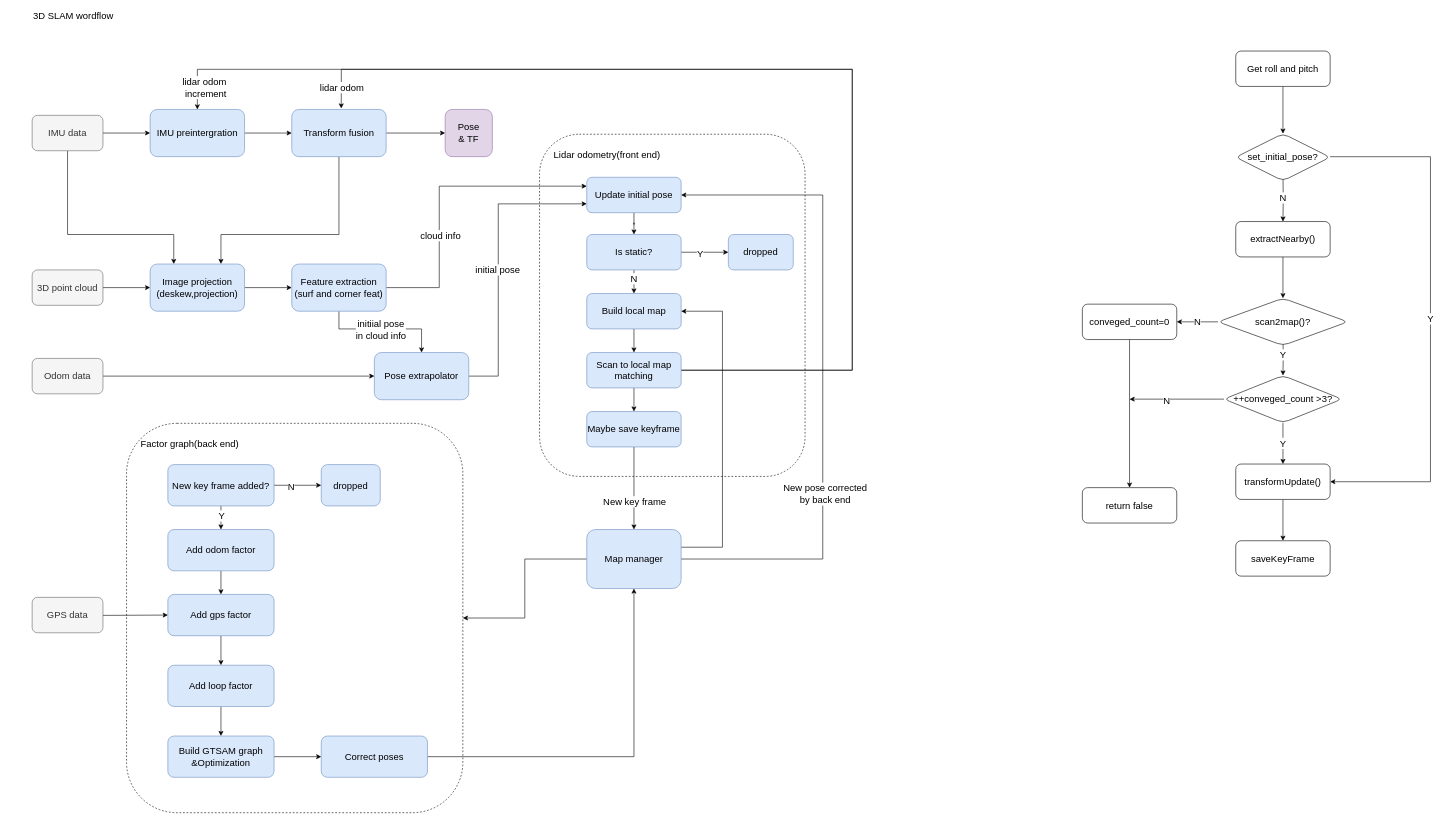
Above: 3d_SLAM_lio_structure.drawio in mMikaa00/For_draw_io (draw.io), before the change. Source tidied: cells renumbered, new cells numbered last; positions are measured from the earlier drawing's top-left corner, leaving out a move shared by most shapes. Both pictures are drawn from the tidied source at 59%, with x=0, y=0 at pixel (20, 10).
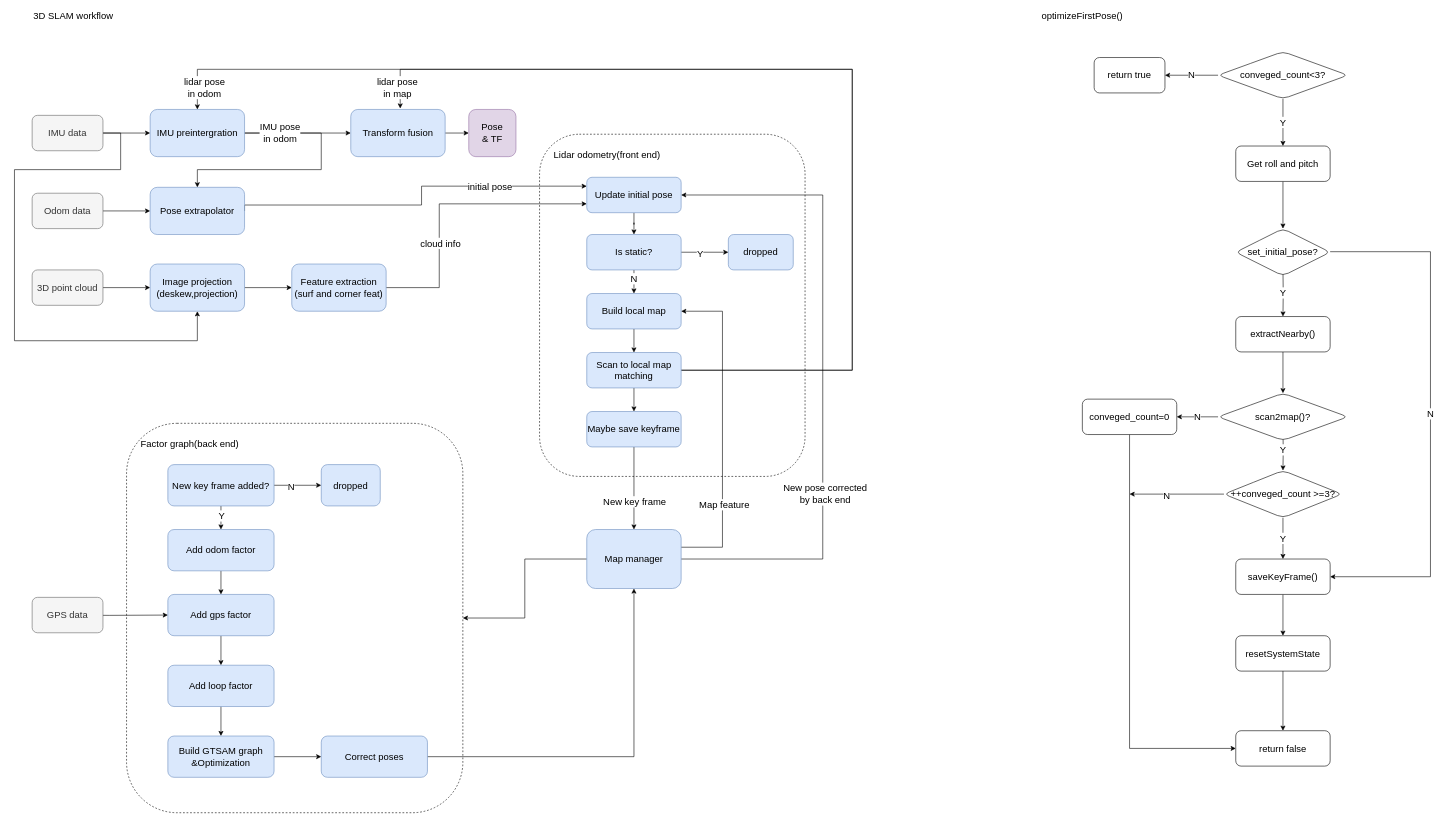
The same diagram, later.

The change refers to these unchanged cells:
```xml
<mxCell id="9" value="IMU data" style="rounded=1;whiteSpace=wrap;html=1;fontSize=16;fillColor=#f5f5f5;strokeColor=#666666;fontColor=#333333;" parent="1" vertex="1">
  <mxGeometry x="20" y="178" width="120" height="60" as="geometry" />
</mxCell>
<mxCell id="13" value="IMU preintergration" style="rounded=1;whiteSpace=wrap;html=1;fontSize=16;fillColor=#dae8fc;strokeColor=#6c8ebf;" parent="1" vertex="1">
  <mxGeometry x="220" y="168" width="160" height="80" as="geometry" />
</mxCell>
<mxCell id="18" value="Image projection&lt;br&gt;(deskew,projection)" style="rounded=1;whiteSpace=wrap;html=1;fontSize=16;fillColor=#dae8fc;strokeColor=#6c8ebf;" parent="1" vertex="1">
  <mxGeometry x="220" y="430" width="160" height="80" as="geometry" />
</mxCell>
<mxCell id="23" value="Feature extraction&lt;br&gt;(surf and corner feat)" style="rounded=1;whiteSpace=wrap;html=1;fontSize=16;fillColor=#dae8fc;strokeColor=#6c8ebf;" parent="1" vertex="1">
  <mxGeometry x="460" y="430" width="160" height="80" as="geometry" />
</mxCell>
<mxCell id="28" value="Update initial pose" style="rounded=1;whiteSpace=wrap;html=1;fontSize=16;fillColor=#dae8fc;strokeColor=#6c8ebf;" parent="1" vertex="1">
  <mxGeometry x="960" y="283" width="160" height="60" as="geometry" />
</mxCell>
<mxCell id="32" style="edgeStyle=orthogonalEdgeStyle;rounded=0;jettySize=auto;html=1;fontSize=16;exitX=1;exitY=0.5;exitDx=0;exitDy=0;entryX=0.5;entryY=0;entryDx=0;entryDy=0;" parent="1" edge="1" source="36" target="13">
  <mxGeometry relative="1" as="geometry">
    <Array as="points">
      <mxPoint x="1410" y="610" />
      <mxPoint x="1410" y="100" />
      <mxPoint x="300" y="100" />
    </Array>
  </mxGeometry>
</mxCell>
<mxCell id="36" value="Scan to local map matching" style="rounded=1;whiteSpace=wrap;html=1;fontSize=16;fillColor=#dae8fc;strokeColor=#6c8ebf;" parent="1" vertex="1">
  <mxGeometry x="960" y="580" width="160" height="60" as="geometry" />
</mxCell>
<mxCell id="46" style="edgeStyle=orthogonalEdgeStyle;rounded=0;jettySize=auto;html=1;entryX=1;entryY=0.5;entryDx=0;entryDy=0;fontSize=16;" parent="1" edge="1" source="50" target="30">
  <mxGeometry relative="1" as="geometry">
    <Array as="points">
      <mxPoint x="1190" y="910" />
      <mxPoint x="1190" y="510" />
    </Array>
  </mxGeometry>
</mxCell>
```

The edit, as a diff of the source:
```diff
@@
-    <mxCell id="4" value="&lt;font style=&quot;font-size: 16px&quot;&gt;3D SLAM wordflow&lt;/font&gt;" style="text;html=1;strokeColor=none;fillColor=none;align=center;verticalAlign=middle;whiteSpace=wrap;rounded=0;" parent="1" vertex="1">
+    <mxCell id="4" value="&lt;font style=&quot;font-size: 16px&quot;&gt;3D SLAM workflow&lt;/font&gt;" style="text;html=1;strokeColor=none;fillColor=none;align=center;verticalAlign=middle;whiteSpace=wrap;rounded=0;" parent="1" vertex="1">
       <mxGeometry width="180" height="20" as="geometry" />
     </mxCell>
@@
-    <mxCell id="8" style="edgeStyle=orthogonalEdgeStyle;rounded=0;jettySize=auto;html=1;entryX=0.25;entryY=0;entryDx=0;entryDy=0;fontSize=16;" parent="1" edge="1" source="9" target="18">
+    <mxCell id="8" style="edgeStyle=orthogonalEdgeStyle;rounded=0;jettySize=auto;html=1;entryX=0.5;entryY=1;entryDx=0;entryDy=0;fontSize=16;exitX=1;exitY=0.5;exitDx=0;exitDy=0;" parent="1" edge="1" source="9" target="18">
       <mxGeometry relative="1" as="geometry">
         <Array as="points">
-          <mxPoint x="80" y="380" />
-          <mxPoint x="260" y="380" />
+          <mxPoint x="170" y="208" />
+          <mxPoint x="170" y="270" />
+          <mxPoint x="-10" y="270" />
+          <mxPoint x="-10" y="560" />
+          <mxPoint x="300" y="560" />
         </Array>
       </mxGeometry>
     </mxCell>
@@
     <mxCell id="11" value="Odom data" style="rounded=1;whiteSpace=wrap;html=1;fontSize=16;fillColor=#f5f5f5;strokeColor=#666666;fontColor=#333333;" parent="1" vertex="1">
-      <mxGeometry x="20" y="590" width="120" height="60" as="geometry" />
+      <mxGeometry x="20" y="310" width="120" height="60" as="geometry" />
     </mxCell>
@@
+    <mxCell id="90" value="IMU pose&lt;br&gt;in odom" style="edgeStyle=orthogonalEdgeStyle;rounded=0;jettySize=auto;html=1;entryX=0.5;entryY=0;entryDx=0;entryDy=0;fontSize=16;exitX=1;exitY=0.5;exitDx=0;exitDy=0;" parent="1" edge="1" source="13" target="26">
+      <mxGeometry x="-0.72" relative="1" as="geometry">
+        <Array as="points">
+          <mxPoint x="510" y="208" />
+          <mxPoint x="510" y="270" />
+          <mxPoint x="300" y="270" />
+        </Array>
+      </mxGeometry>
+    </mxCell>
@@
-    <mxCell id="14" style="edgeStyle=orthogonalEdgeStyle;rounded=0;jettySize=auto;html=1;entryX=0.75;entryY=0;entryDx=0;entryDy=0;fontSize=16;" parent="1" edge="1" source="16" target="18">
-      <mxGeometry relative="1" as="geometry">
-        <Array as="points">
-          <mxPoint x="540" y="380" />
-          <mxPoint x="340" y="380" />
-        </Array>
-      </mxGeometry>
-    </mxCell>
@@
     <mxCell id="16" value="Transform fusion" style="rounded=1;whiteSpace=wrap;html=1;fontSize=16;fillColor=#dae8fc;strokeColor=#6c8ebf;" parent="1" vertex="1">
-      <mxGeometry x="460" y="168" width="160" height="80" as="geometry" />
+      <mxGeometry x="560" y="168" width="160" height="80" as="geometry" />
     </mxCell>
@@
-    <mxCell id="19" style="edgeStyle=orthogonalEdgeStyle;rounded=0;jettySize=auto;html=1;entryX=0.5;entryY=0;entryDx=0;entryDy=0;fontSize=16;" parent="1" edge="1" source="23" target="26">
-      <mxGeometry relative="1" as="geometry">
-        <Array as="points">
-          <mxPoint x="540" y="540" />
-          <mxPoint x="680" y="540" />
-        </Array>
-      </mxGeometry>
-    </mxCell>
-    <mxCell id="20" value="initiial pose&lt;br&gt;in cloud info" style="edgeLabel;html=1;align=center;verticalAlign=middle;fontSize=16;" parent="19" vertex="1">
-      <mxGeometry x="0.14" y="-1" relative="1" as="geometry">
-        <mxPoint x="-20" as="offset" />
-      </mxGeometry>
-    </mxCell>
-    <mxCell id="21" style="edgeStyle=orthogonalEdgeStyle;rounded=0;jettySize=auto;html=1;fontSize=16;entryX=0;entryY=0.25;entryDx=0;entryDy=0;" parent="1" edge="1" source="23" target="28">
+    <mxCell id="21" style="edgeStyle=orthogonalEdgeStyle;rounded=0;jettySize=auto;html=1;fontSize=16;entryX=0;entryY=0.75;entryDx=0;entryDy=0;" parent="1" edge="1" source="23" target="28">
       <mxGeometry relative="1" as="geometry">
         <Array as="points">
           <mxPoint x="710" y="470" />
-          <mxPoint x="710" y="298" />
+          <mxPoint x="710" y="328" />
         </Array>
       </mxGeometry>
     </mxCell>
-    <mxCell id="22" value="cloud info" style="edgeLabel;html=1;align=center;verticalAlign=middle;fontSize=16;" parent="21" vertex="1">
+    <mxCell id="22" value="cloud info" style="edgeLabel;html=1;align=center;verticalAlign=middle;fontSize=16;labelBorderColor=none;" parent="21" vertex="1">
       <mxGeometry x="-0.12" y="-1" relative="1" as="geometry">
         <mxPoint y="46" as="offset" />
       </mxGeometry>
     </mxCell>
@@
-    <mxCell id="24" style="edgeStyle=orthogonalEdgeStyle;rounded=0;jettySize=auto;html=1;fontSize=16;entryX=0;entryY=0.75;entryDx=0;entryDy=0;" parent="1" edge="1" source="26" target="28">
+    <mxCell id="24" style="edgeStyle=orthogonalEdgeStyle;rounded=0;jettySize=auto;html=1;fontSize=16;entryX=0;entryY=0.25;entryDx=0;entryDy=0;exitX=1;exitY=0.5;exitDx=0;exitDy=0;" parent="1" edge="1" source="26" target="28">
       <mxGeometry relative="1" as="geometry">
         <Array as="points">
-          <mxPoint x="810" y="620" />
-          <mxPoint x="810" y="328" />
+          <mxPoint x="680" y="330" />
+          <mxPoint x="680" y="298" />
         </Array>
       </mxGeometry>
     </mxCell>
     <mxCell id="25" value="initial pose" style="edgeLabel;html=1;align=center;verticalAlign=middle;fontSize=16;" parent="24" vertex="1">
-      <mxGeometry x="-0.06" y="2" relative="1" as="geometry" />
+      <mxGeometry x="-0.06" y="2" relative="1" as="geometry">
+        <mxPoint x="133" y="-30" as="offset" />
+      </mxGeometry>
     </mxCell>
     <mxCell id="26" value="Pose extrapolator" style="rounded=1;whiteSpace=wrap;html=1;fontSize=16;fillColor=#dae8fc;strokeColor=#6c8ebf;" parent="1" vertex="1">
-      <mxGeometry x="600" y="580" width="160" height="80" as="geometry" />
+      <mxGeometry x="220" y="300" width="160" height="80" as="geometry" />
     </mxCell>
@@
-    <mxCell id="33" value="lidar odom&lt;br&gt;&amp;nbsp;increment" style="edgeLabel;html=1;align=center;verticalAlign=middle;fontSize=16;" parent="32" vertex="1">
+    <mxCell id="33" value="lidar pose&lt;br&gt;in odom" style="edgeLabel;html=1;align=center;verticalAlign=middle;fontSize=16;" parent="32" vertex="1">
       <mxGeometry x="0.92" y="1" relative="1" as="geometry">
         <mxPoint y="29" as="offset" />
       </mxGeometry>
     </mxCell>
     <mxCell id="34" style="edgeStyle=orthogonalEdgeStyle;rounded=0;jettySize=auto;html=1;fontSize=16;exitX=1;exitY=0.5;exitDx=0;exitDy=0;entryX=0.524;entryY=-0.02;entryDx=0;entryDy=0;entryPerimeter=0;" parent="1" edge="1" source="36" target="16">
       <mxGeometry relative="1" as="geometry">
         <Array as="points">
           <mxPoint x="1410" y="610" />
           <mxPoint x="1410" y="100" />
-          <mxPoint x="544" y="100" />
-          <mxPoint x="544" y="130" />
+          <mxPoint x="644" y="100" />
         </Array>
       </mxGeometry>
     </mxCell>
-    <mxCell id="35" value="lidar odom" style="edgeLabel;html=1;align=center;verticalAlign=middle;fontSize=16;" parent="34" vertex="1">
+    <mxCell id="35" value="lidar pose&lt;br&gt;in map" style="edgeLabel;html=1;align=center;verticalAlign=middle;fontSize=16;" parent="34" vertex="1">
       <mxGeometry x="0.87" y="1" relative="1" as="geometry">
         <mxPoint x="-46" y="29" as="offset" />
       </mxGeometry>
     </mxCell>
@@
+    <mxCell id="91" value="Map feature" style="edgeLabel;html=1;align=center;verticalAlign=middle;fontSize=16;" parent="46" vertex="1">
+      <mxGeometry x="-0.47" y="-2" relative="1" as="geometry" />
+    </mxCell>
@@
     <mxCell id="68" value="Pose&lt;br&gt;&amp;amp; TF" style="rounded=1;whiteSpace=wrap;html=1;fontSize=16;fillColor=#e1d5e7;strokeColor=#9673a6;" parent="1" vertex="1">
-      <mxGeometry x="720" y="168" width="80" height="80" as="geometry" />
+      <mxGeometry x="760" y="168" width="80" height="80" as="geometry" />
     </mxCell>
@@
-    <mxCell id="70" value="Y" style="edgeStyle=orthogonalEdgeStyle;rounded=0;jettySize=auto;html=1;fontSize=16;" parent="1" edge="1" target="73">
+    <mxCell id="70" value="N" style="edgeStyle=orthogonalEdgeStyle;rounded=0;jettySize=auto;html=1;fontSize=16;" parent="1" edge="1" target="73">
       <mxGeometry relative="1" as="geometry">
-        <mxPoint x="2220" y="248.1" as="sourcePoint" />
+        <mxPoint x="2220" y="409.1" as="sourcePoint" />
         <Array as="points">
-          <mxPoint x="2390" y="248" />
-          <mxPoint x="2390" y="799" />
+          <mxPoint x="2390" y="409" />
+          <mxPoint x="2390" y="960" />
         </Array>
       </mxGeometry>
     </mxCell>
-    <mxCell id="71" value="N" style="edgeStyle=orthogonalEdgeStyle;rounded=0;jettySize=auto;html=1;fontSize=16;" parent="1" edge="1" target="76">
+    <mxCell id="71" value="Y" style="edgeStyle=orthogonalEdgeStyle;rounded=0;jettySize=auto;html=1;fontSize=16;" parent="1" edge="1" target="76">
       <mxGeometry relative="1" as="geometry">
-        <mxPoint x="2140" y="278" as="sourcePoint" />
+        <mxPoint x="2140" y="439" as="sourcePoint" />
       </mxGeometry>
     </mxCell>
@@
-    <mxCell id="73" value="transformUpdate()" style="whiteSpace=wrap;html=1;rounded=1;fontSize=16;" parent="1" vertex="1">
-      <mxGeometry x="2060" y="769" width="160" height="60" as="geometry" />
+    <mxCell id="73" value="saveKeyFrame()" style="whiteSpace=wrap;html=1;rounded=1;fontSize=16;" parent="1" vertex="1">
+      <mxGeometry x="2060" y="930" width="160" height="60" as="geometry" />
     </mxCell>
+    <mxCell id="92" style="edgeStyle=orthogonalEdgeStyle;rounded=0;jettySize=auto;html=1;" parent="1" edge="1" source="74" target="89">
+      <mxGeometry relative="1" as="geometry" />
+    </mxCell>
-    <mxCell id="74" value="saveKeyFrame" style="whiteSpace=wrap;html=1;rounded=1;fontSize=16;" parent="1" vertex="1">
-      <mxGeometry x="2060" y="899" width="160" height="60" as="geometry" />
+    <mxCell id="74" value="resetSystemState" style="whiteSpace=wrap;html=1;rounded=1;fontSize=16;" parent="1" vertex="1">
+      <mxGeometry x="2060" y="1060" width="160" height="60" as="geometry" />
     </mxCell>
@@
     <mxCell id="76" value="extractNearby()" style="rounded=1;whiteSpace=wrap;html=1;fontSize=16;" parent="1" vertex="1">
-      <mxGeometry x="2060" y="358" width="160" height="60" as="geometry" />
+      <mxGeometry x="2060" y="519" width="160" height="60" as="geometry" />
     </mxCell>
@@
     <mxCell id="78" value="Get roll and pitch" style="rounded=1;whiteSpace=wrap;html=1;fontSize=16;" parent="1" vertex="1">
-      <mxGeometry x="2060" y="69" width="160" height="60" as="geometry" />
+      <mxGeometry x="2060" y="230" width="160" height="60" as="geometry" />
     </mxCell>
     <mxCell id="79" value="Y" style="edgeStyle=orthogonalEdgeStyle;rounded=0;jettySize=auto;html=1;fontSize=16;" parent="1" edge="1" target="83">
       <mxGeometry relative="1" as="geometry">
-        <mxPoint x="2140" y="549" as="sourcePoint" />
+        <mxPoint x="2140" y="710" as="sourcePoint" />
       </mxGeometry>
     </mxCell>
     <mxCell id="80" style="edgeStyle=orthogonalEdgeStyle;rounded=0;jettySize=auto;html=1;fontSize=16;" parent="1" edge="1" source="83">
       <mxGeometry relative="1" as="geometry">
-        <mxPoint x="1880" y="659" as="targetPoint" />
+        <mxPoint x="1880" y="820" as="targetPoint" />
       </mxGeometry>
     </mxCell>
@@
-    <mxCell id="83" value="&lt;span&gt;++conveged_count &amp;gt;3?&lt;/span&gt;" style="rhombus;whiteSpace=wrap;html=1;rounded=1;fontSize=16;" parent="1" vertex="1">
-      <mxGeometry x="2040" y="619" width="200" height="80" as="geometry" />
+    <mxCell id="83" value="&lt;span&gt;++conveged_count &amp;gt;=3?&lt;/span&gt;" style="rhombus;whiteSpace=wrap;html=1;rounded=1;fontSize=16;" parent="1" vertex="1">
+      <mxGeometry x="2040" y="780" width="200" height="80" as="geometry" />
     </mxCell>
     <mxCell id="84" value="&lt;span&gt;set_initial_pose?&lt;/span&gt;" style="rhombus;whiteSpace=wrap;html=1;rounded=1;fontSize=16;" parent="1" vertex="1">
-      <mxGeometry x="2060" y="209" width="160" height="80" as="geometry" />
+      <mxGeometry x="2060" y="370" width="160" height="80" as="geometry" />
     </mxCell>
@@
     <mxCell id="86" value="&lt;span&gt;scan2map()?&lt;/span&gt;" style="rhombus;whiteSpace=wrap;html=1;rounded=1;fontSize=16;" parent="1" vertex="1">
-      <mxGeometry x="2030" y="488" width="220" height="80" as="geometry" />
+      <mxGeometry x="2030" y="649" width="220" height="80" as="geometry" />
     </mxCell>
     <mxCell id="87" style="edgeStyle=orthogonalEdgeStyle;rounded=0;jettySize=auto;html=1;fontSize=16;" parent="1" edge="1" source="88" target="89">
-      <mxGeometry relative="1" as="geometry" />
+      <mxGeometry relative="1" as="geometry">
+        <Array as="points">
+          <mxPoint x="1880" y="1251" />
+        </Array>
+      </mxGeometry>
     </mxCell>
     <mxCell id="88" value="conveged_count=0" style="whiteSpace=wrap;html=1;rounded=1;fontSize=16;" parent="1" vertex="1">
-      <mxGeometry x="1800" y="498" width="160" height="60" as="geometry" />
+      <mxGeometry x="1800" y="659" width="160" height="60" as="geometry" />
     </mxCell>
     <mxCell id="89" value="return false" style="whiteSpace=wrap;html=1;rounded=1;fontSize=16;" parent="1" vertex="1">
-      <mxGeometry x="1800" y="809" width="160" height="60" as="geometry" />
+      <mxGeometry x="2060" y="1221" width="160" height="60" as="geometry" />
     </mxCell>
+    <mxCell id="93" value="Y" style="edgeStyle=orthogonalEdgeStyle;rounded=0;jettySize=auto;html=1;fontSize=16;" parent="1" edge="1" source="95" target="78">
+      <mxGeometry relative="1" as="geometry" />
+    </mxCell>
+    <mxCell id="94" value="N" style="edgeStyle=orthogonalEdgeStyle;rounded=0;jettySize=auto;html=1;fontSize=16;" parent="1" edge="1" source="95" target="96">
+      <mxGeometry relative="1" as="geometry" />
+    </mxCell>
+    <mxCell id="95" value="conveged_count&amp;lt;3?" style="rhombus;whiteSpace=wrap;html=1;rounded=1;fontSize=16;" parent="1" vertex="1">
+      <mxGeometry x="2030" y="70" width="220" height="80" as="geometry" />
+    </mxCell>
+    <mxCell id="96" value="return true" style="whiteSpace=wrap;html=1;rounded=1;fontSize=16;" parent="1" vertex="1">
+      <mxGeometry x="1820" y="80" width="120" height="60" as="geometry" />
+    </mxCell>
+    <mxCell id="97" value="&lt;font style=&quot;font-size: 16px&quot;&gt;optimizeFirstPose()&lt;/font&gt;" style="text;html=1;strokeColor=none;fillColor=none;align=center;verticalAlign=middle;whiteSpace=wrap;rounded=0;" parent="1" vertex="1">
+      <mxGeometry x="1710" width="180" height="20" as="geometry" />
+    </mxCell>
```
